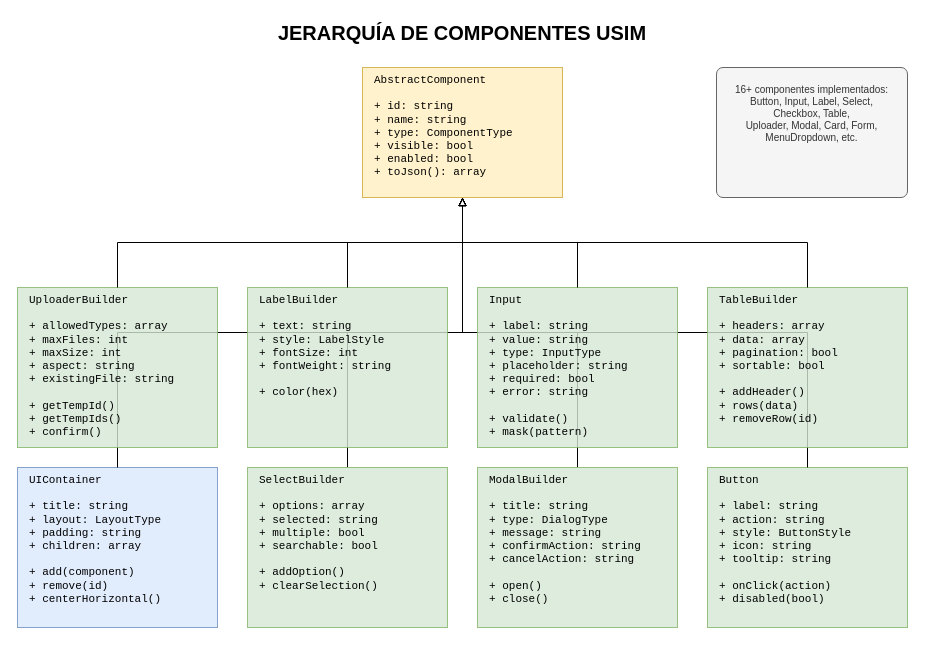
The draw.io diagram page "3. Clases de Componentes" (3 of 4) of docs/framework/USIM_DIAGRAMS.drawio in idei/usim-framework, before the edit. Source tidied: cells renumbered, new cells numbered last; positions are measured from the earlier drawing's top-left corner, leaving out a move shared by most shapes. Both pictures are drawn from the tidied source at 100%, with x=0, y=0 at pixel (17, 17).
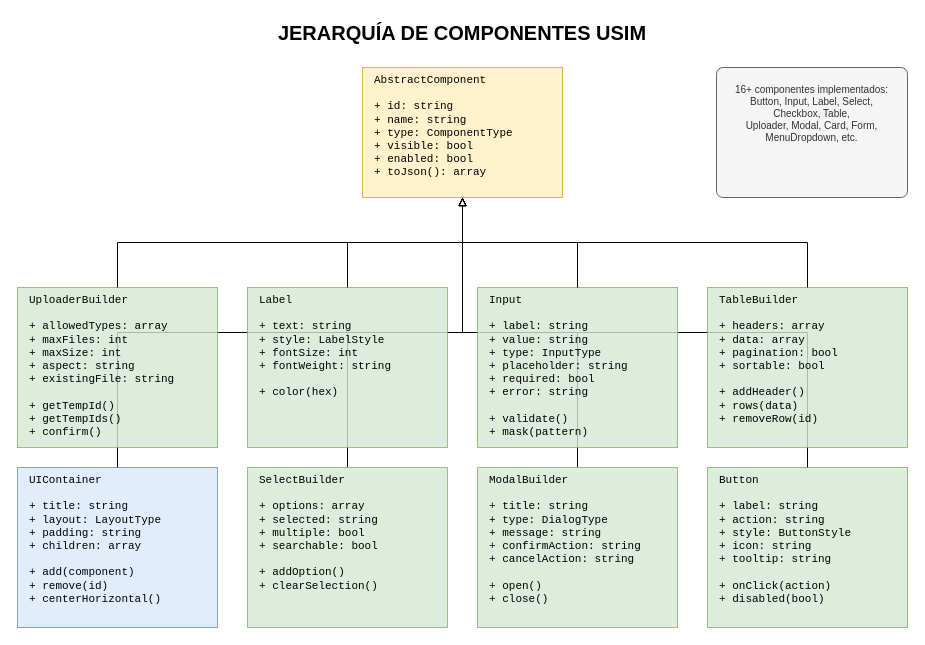
The same page after the edit.

The edit, as a diff of the source:
```diff
@@
-    <mxCell id="16" value="LabelBuilder&#10;&#10;+ text: string&#10;+ style: LabelStyle&#10;+ fontSize: int&#10;+ fontWeight: string&#10;&#10;+ color(hex)" style="rounded=0;whiteSpace=wrap;html=1;fillColor=#d5e8d4;strokeColor=#82b366;align=left;verticalAlign=top;spacingLeft=10;fontFamily=Courier New;fontSize=11;opacity=80;" parent="1" vertex="1">
+    <mxCell id="16" value="Label&#10;&#10;+ text: string&#10;+ style: LabelStyle&#10;+ fontSize: int&#10;+ fontWeight: string&#10;&#10;+ color(hex)" style="rounded=0;whiteSpace=wrap;html=1;fillColor=#d5e8d4;strokeColor=#82b366;align=left;verticalAlign=top;spacingLeft=10;fontFamily=Courier New;fontSize=11;opacity=80;" parent="1" vertex="1">
       <mxGeometry x="230" y="270" width="200" height="160" as="geometry" />
     </mxCell>
```
